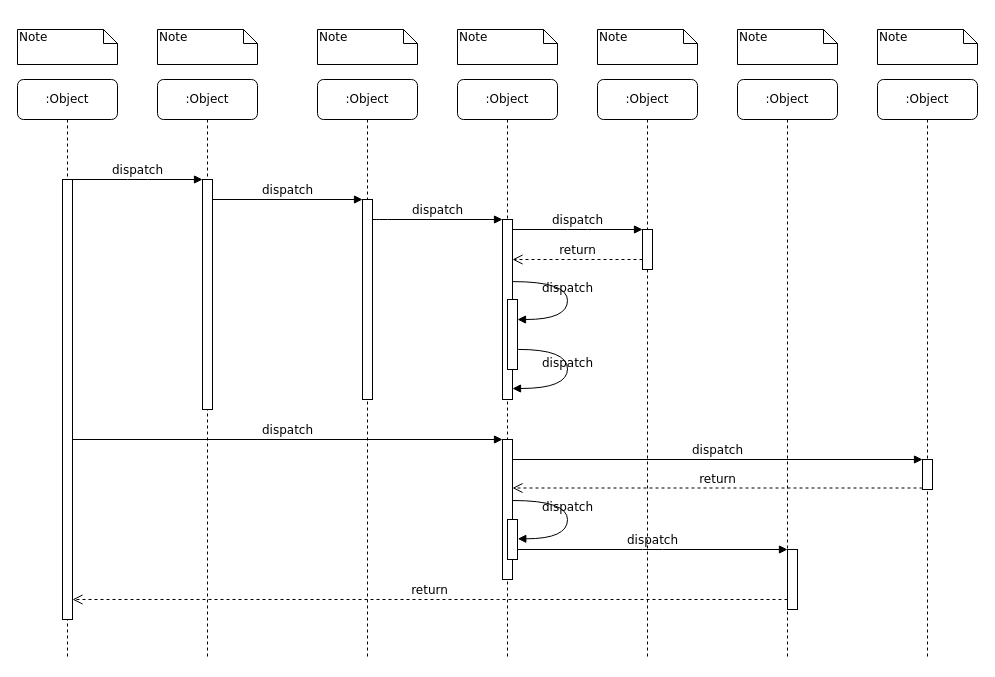
Earlier version of the draw.io diagram 软分课设/交互图.drawio (myjdml/drowio). Source tidied: cells renumbered, new cells numbered last; positions are measured from the earlier drawing's top-left corner, leaving out a move shared by most shapes. Both pictures are drawn from the tidied source at 100%, with x=0, y=0 at pixel (17, 29).
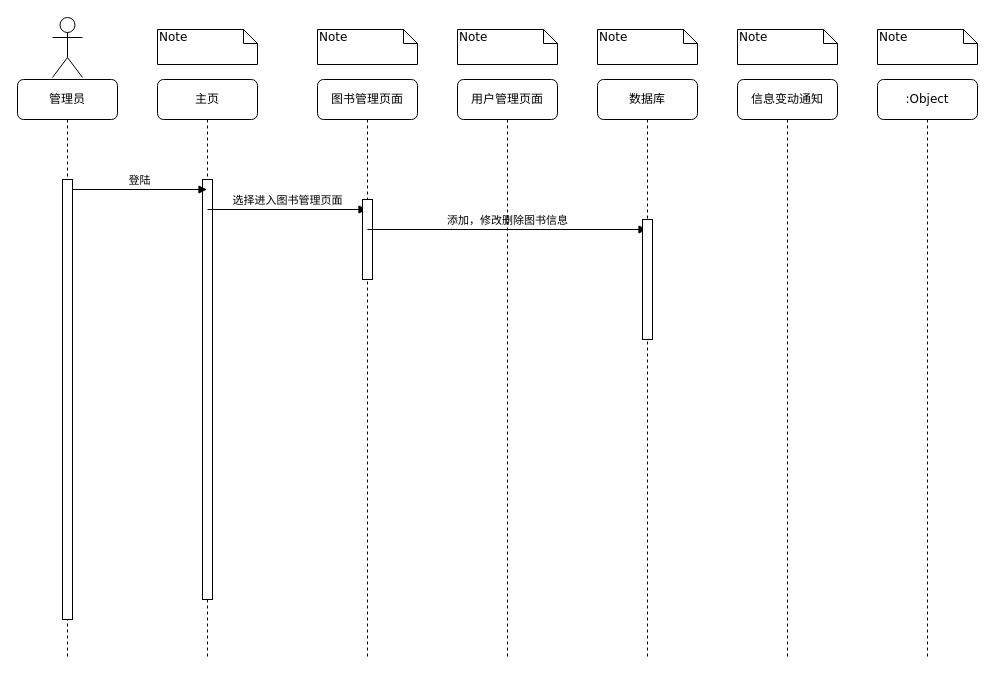
After the change.

The change refers to these unchanged cells:
```xml
<mxCell id="11" style="html=1;points=[];perimeter=orthogonalPerimeter;rounded=0;shadow=0;comic=0;labelBackgroundColor=none;strokeWidth=1;fontFamily=Verdana;fontSize=12;align=center;" parent="10" vertex="1">
  <mxGeometry x="45" y="100" width="10" height="440" as="geometry" />
</mxCell>
```

Diff of the diagram source:
```diff
@@
-    <mxCell id="2" value=":Object" style="shape=umlLifeline;perimeter=lifelinePerimeter;whiteSpace=wrap;html=1;outlineConnect=0;rounded=1;shadow=0;comic=0;labelBackgroundColor=none;strokeWidth=1;fontFamily=Verdana;fontSize=12;align=center;" parent="1" vertex="1">
+    <mxCell id="2" value="主页" style="shape=umlLifeline;perimeter=lifelinePerimeter;whiteSpace=wrap;html=1;outlineConnect=0;rounded=1;shadow=0;comic=0;labelBackgroundColor=none;strokeWidth=1;fontFamily=Verdana;fontSize=12;align=center;" parent="1" vertex="1">
       <mxGeometry x="140" y="50" width="100" height="580" as="geometry" />
     </mxCell>
-    <mxCell id="3" style="html=1;points=[];perimeter=orthogonalPerimeter;rounded=0;shadow=0;comic=0;labelBackgroundColor=none;strokeWidth=1;fontFamily=Verdana;fontSize=12;align=center;" parent="2" vertex="1">
-      <mxGeometry x="45" y="100" width="10" height="230" as="geometry" />
-    </mxCell>
+    <mxCell id="39" style="html=1;perimeter=orthogonalPerimeter;" parent="2" vertex="1">
+      <mxGeometry x="45" y="100" width="10" height="420" as="geometry" />
+    </mxCell>
+    <mxCell id="40" value="选择进入图书管理页面" style="html=1;verticalAlign=bottom;endArrow=block;rounded=0;" parent="2" edge="1" target="4">
+      <mxGeometry relative="1" as="geometry">
+        <mxPoint x="50" y="130" as="sourcePoint" />
+      </mxGeometry>
+    </mxCell>
-    <mxCell id="4" value=":Object" style="shape=umlLifeline;perimeter=lifelinePerimeter;whiteSpace=wrap;html=1;outlineConnect=0;rounded=1;shadow=0;comic=0;labelBackgroundColor=none;strokeWidth=1;fontFamily=Verdana;fontSize=12;align=center;" parent="1" vertex="1">
+    <mxCell id="4" value="图书管理页面" style="shape=umlLifeline;perimeter=lifelinePerimeter;whiteSpace=wrap;html=1;outlineConnect=0;rounded=1;shadow=0;comic=0;labelBackgroundColor=none;strokeWidth=1;fontFamily=Verdana;fontSize=12;align=center;" parent="1" vertex="1">
       <mxGeometry x="300" y="50" width="100" height="580" as="geometry" />
     </mxCell>
-    <mxCell id="5" style="html=1;points=[];perimeter=orthogonalPerimeter;rounded=0;shadow=0;comic=0;labelBackgroundColor=none;strokeWidth=1;fontFamily=Verdana;fontSize=12;align=center;" parent="4" vertex="1">
-      <mxGeometry x="45" y="120" width="10" height="200" as="geometry" />
-    </mxCell>
+    <mxCell id="41" style="html=1;perimeter=orthogonalPerimeter;" parent="4" vertex="1">
+      <mxGeometry x="45" y="120" width="10" height="80" as="geometry" />
+    </mxCell>
+    <mxCell id="42" value="添加，修改删除图书信息" style="html=1;verticalAlign=bottom;endArrow=block;rounded=0;" parent="4" edge="1" target="7">
+      <mxGeometry relative="1" as="geometry">
+        <mxPoint x="50" y="150" as="sourcePoint" />
+      </mxGeometry>
+    </mxCell>
-    <mxCell id="6" value=":Object" style="shape=umlLifeline;perimeter=lifelinePerimeter;whiteSpace=wrap;html=1;rounded=1;shadow=0;comic=0;labelBackgroundColor=none;strokeWidth=1;fontFamily=Verdana;fontSize=12;align=center;" parent="1" vertex="1">
+    <mxCell id="6" value="用户管理页面" style="shape=umlLifeline;perimeter=lifelinePerimeter;whiteSpace=wrap;html=1;rounded=1;shadow=0;comic=0;labelBackgroundColor=none;strokeWidth=1;fontFamily=Verdana;fontSize=12;align=center;" parent="1" vertex="1">
       <mxGeometry x="440" y="50" width="100" height="580" as="geometry" />
     </mxCell>
-    <mxCell id="7" value=":Object" style="shape=umlLifeline;perimeter=lifelinePerimeter;whiteSpace=wrap;html=1;outlineConnect=0;rounded=1;shadow=0;comic=0;labelBackgroundColor=none;strokeWidth=1;fontFamily=Verdana;fontSize=12;align=center;" parent="1" vertex="1">
+    <mxCell id="7" value="数据库" style="shape=umlLifeline;perimeter=lifelinePerimeter;whiteSpace=wrap;html=1;outlineConnect=0;rounded=1;shadow=0;comic=0;labelBackgroundColor=none;strokeWidth=1;fontFamily=Verdana;fontSize=12;align=center;" parent="1" vertex="1">
       <mxGeometry x="580" y="50" width="100" height="580" as="geometry" />
     </mxCell>
+    <mxCell id="43" style="html=1;perimeter=orthogonalPerimeter;" parent="7" vertex="1">
+      <mxGeometry x="45" y="140" width="10" height="120" as="geometry" />
+    </mxCell>
-    <mxCell id="8" value=":Object" style="shape=umlLifeline;perimeter=lifelinePerimeter;whiteSpace=wrap;html=1;rounded=1;shadow=0;comic=0;labelBackgroundColor=none;strokeWidth=1;fontFamily=Verdana;fontSize=12;align=center;" parent="1" vertex="1">
+    <mxCell id="8" value="信息变动通知" style="shape=umlLifeline;perimeter=lifelinePerimeter;whiteSpace=wrap;html=1;rounded=1;shadow=0;comic=0;labelBackgroundColor=none;strokeWidth=1;fontFamily=Verdana;fontSize=12;align=center;" parent="1" vertex="1">
       <mxGeometry x="720" y="50" width="100" height="580" as="geometry" />
     </mxCell>
@@
-    <mxCell id="10" value=":Object" style="shape=umlLifeline;perimeter=lifelinePerimeter;whiteSpace=wrap;html=1;rounded=1;shadow=0;comic=0;labelBackgroundColor=none;strokeWidth=1;fontFamily=Verdana;fontSize=12;align=center;" parent="1" vertex="1">
+    <mxCell id="10" value="管理员" style="shape=umlLifeline;perimeter=lifelinePerimeter;whiteSpace=wrap;html=1;rounded=1;shadow=0;comic=0;labelBackgroundColor=none;strokeWidth=1;fontFamily=Verdana;fontSize=12;align=center;" parent="1" vertex="1">
       <mxGeometry y="50" width="100" height="580" as="geometry" />
     </mxCell>
@@
-    <mxCell id="12" style="html=1;points=[];perimeter=orthogonalPerimeter;rounded=0;shadow=0;comic=0;labelBackgroundColor=none;strokeWidth=1;fontFamily=Verdana;fontSize=12;align=center;" parent="1" vertex="1">
-      <mxGeometry x="485" y="190" width="10" height="180" as="geometry" />
-    </mxCell>
-    <mxCell id="13" value="dispatch" style="html=1;verticalAlign=bottom;endArrow=block;labelBackgroundColor=none;fontFamily=Verdana;fontSize=12;edgeStyle=elbowEdgeStyle;elbow=vertical;" parent="1" edge="1" source="5" target="12">
-      <mxGeometry relative="1" as="geometry">
-        <Array as="points">
-          <mxPoint x="360" y="190" />
-        </Array>
-      </mxGeometry>
-    </mxCell>
-    <mxCell id="14" style="html=1;points=[];perimeter=orthogonalPerimeter;rounded=0;shadow=0;comic=0;labelBackgroundColor=none;strokeWidth=1;fontFamily=Verdana;fontSize=12;align=center;" parent="1" vertex="1">
-      <mxGeometry x="625" y="200" width="10" height="40" as="geometry" />
-    </mxCell>
-    <mxCell id="15" value="dispatch" style="html=1;verticalAlign=bottom;endArrow=block;entryX=0;entryY=0;labelBackgroundColor=none;fontFamily=Verdana;fontSize=12;edgeStyle=elbowEdgeStyle;elbow=vertical;" parent="1" edge="1" source="12" target="14">
-      <mxGeometry relative="1" as="geometry" />
-    </mxCell>
-    <mxCell id="16" value="return" style="html=1;verticalAlign=bottom;endArrow=open;dashed=1;endSize=8;labelBackgroundColor=none;fontFamily=Verdana;fontSize=12;edgeStyle=elbowEdgeStyle;elbow=vertical;" parent="1" edge="1" source="14" target="12">
-      <mxGeometry relative="1" as="geometry">
-        <Array as="points">
-          <mxPoint x="570" y="230" />
-          <mxPoint x="600" y="230" />
-        </Array>
-      </mxGeometry>
-    </mxCell>
-    <mxCell id="17" style="html=1;points=[];perimeter=orthogonalPerimeter;rounded=0;shadow=0;comic=0;labelBackgroundColor=none;strokeWidth=1;fontFamily=Verdana;fontSize=12;align=center;" parent="1" vertex="1">
-      <mxGeometry x="485" y="410" width="10" height="140" as="geometry" />
-    </mxCell>
-    <mxCell id="18" value="dispatch" style="html=1;verticalAlign=bottom;endArrow=block;entryX=0;entryY=0;labelBackgroundColor=none;fontFamily=Verdana;fontSize=12;" parent="1" edge="1" source="11" target="17">
-      <mxGeometry relative="1" as="geometry" />
-    </mxCell>
-    <mxCell id="19" style="html=1;points=[];perimeter=orthogonalPerimeter;rounded=0;shadow=0;comic=0;labelBackgroundColor=none;strokeColor=#000000;strokeWidth=1;fillColor=#FFFFFF;fontFamily=Verdana;fontSize=12;fontColor=#000000;align=center;" parent="1" vertex="1">
-      <mxGeometry x="905" y="430" width="10" height="30" as="geometry" />
-    </mxCell>
-    <mxCell id="20" value="dispatch" style="html=1;verticalAlign=bottom;endArrow=block;entryX=0;entryY=0;labelBackgroundColor=none;fontFamily=Verdana;fontSize=12;" parent="1" edge="1" source="17" target="19">
-      <mxGeometry relative="1" as="geometry" />
-    </mxCell>
-    <mxCell id="21" value="return" style="html=1;verticalAlign=bottom;endArrow=open;dashed=1;endSize=8;exitX=0;exitY=0.95;labelBackgroundColor=none;fontFamily=Verdana;fontSize=12;" parent="1" edge="1" source="19" target="17">
-      <mxGeometry relative="1" as="geometry" />
-    </mxCell>
-    <mxCell id="22" style="html=1;points=[];perimeter=orthogonalPerimeter;rounded=0;shadow=0;comic=0;labelBackgroundColor=none;strokeWidth=1;fontFamily=Verdana;fontSize=12;align=center;" parent="1" vertex="1">
-      <mxGeometry x="770" y="520" width="10" height="60" as="geometry" />
-    </mxCell>
-    <mxCell id="23" value="dispatch" style="html=1;verticalAlign=bottom;endArrow=block;entryX=0;entryY=0;labelBackgroundColor=none;fontFamily=Verdana;fontSize=12;edgeStyle=elbowEdgeStyle;elbow=vertical;" parent="1" edge="1" source="30" target="22">
-      <mxGeometry relative="1" as="geometry" />
-    </mxCell>
-    <mxCell id="24" value="return" style="html=1;verticalAlign=bottom;endArrow=open;dashed=1;endSize=8;labelBackgroundColor=none;fontFamily=Verdana;fontSize=12;edgeStyle=elbowEdgeStyle;elbow=vertical;" parent="1" edge="1" source="22" target="11">
-      <mxGeometry relative="1" as="geometry">
-        <Array as="points">
-          <mxPoint x="470" y="570" />
-        </Array>
-      </mxGeometry>
-    </mxCell>
-    <mxCell id="25" value="dispatch" style="html=1;verticalAlign=bottom;endArrow=block;entryX=0;entryY=0;labelBackgroundColor=none;fontFamily=Verdana;fontSize=12;edgeStyle=elbowEdgeStyle;elbow=vertical;" parent="1" edge="1" source="11" target="3">
-      <mxGeometry relative="1" as="geometry" />
-    </mxCell>
-    <mxCell id="26" value="dispatch" style="html=1;verticalAlign=bottom;endArrow=block;entryX=0;entryY=0;labelBackgroundColor=none;fontFamily=Verdana;fontSize=12;edgeStyle=elbowEdgeStyle;elbow=vertical;" parent="1" edge="1" source="3" target="5">
-      <mxGeometry relative="1" as="geometry" />
-    </mxCell>
-    <mxCell id="27" style="html=1;points=[];perimeter=orthogonalPerimeter;rounded=0;shadow=0;comic=0;labelBackgroundColor=none;strokeWidth=1;fontFamily=Verdana;fontSize=12;align=center;" parent="1" vertex="1">
-      <mxGeometry x="490" y="270" width="10" height="70" as="geometry" />
-    </mxCell>
-    <mxCell id="28" value="dispatch" style="html=1;verticalAlign=bottom;endArrow=block;labelBackgroundColor=none;fontFamily=Verdana;fontSize=12;elbow=vertical;edgeStyle=orthogonalEdgeStyle;curved=1;entryX=1;entryY=0.286;entryPerimeter=0;exitX=1.038;exitY=0.345;exitPerimeter=0;" parent="1" edge="1" source="12" target="27">
-      <mxGeometry relative="1" as="geometry">
-        <Array as="points">
-          <mxPoint x="550" y="252" />
-          <mxPoint x="550" y="290" />
-        </Array>
-      </mxGeometry>
-    </mxCell>
-    <mxCell id="29" value="dispatch" style="html=1;verticalAlign=bottom;endArrow=block;labelBackgroundColor=none;fontFamily=Verdana;fontSize=12;elbow=vertical;edgeStyle=orthogonalEdgeStyle;curved=1;exitX=1.066;exitY=0.713;exitPerimeter=0;" parent="1" edge="1" source="27">
-      <mxGeometry relative="1" as="geometry">
-        <mxPoint x="495" y="359" as="targetPoint" />
-        <Array as="points">
-          <mxPoint x="550" y="320" />
-          <mxPoint x="550" y="359" />
-        </Array>
-      </mxGeometry>
-    </mxCell>
-    <mxCell id="30" style="html=1;points=[];perimeter=orthogonalPerimeter;rounded=0;shadow=0;comic=0;labelBackgroundColor=none;strokeWidth=1;fontFamily=Verdana;fontSize=12;align=center;" parent="1" vertex="1">
-      <mxGeometry x="490" y="490" width="10" height="40" as="geometry" />
-    </mxCell>
-    <mxCell id="31" value="dispatch" style="html=1;verticalAlign=bottom;endArrow=block;labelBackgroundColor=none;fontFamily=Verdana;fontSize=12;elbow=vertical;edgeStyle=orthogonalEdgeStyle;curved=1;entryX=1;entryY=0.286;entryPerimeter=0;exitX=1.038;exitY=0.345;exitPerimeter=0;" parent="1" edge="1">
-      <mxGeometry relative="1" as="geometry">
-        <mxPoint x="495.3" y="471" as="sourcePoint" />
-        <mxPoint x="500.3" y="509.3" as="targetPoint" />
-        <Array as="points">
-          <mxPoint x="550" y="471" />
-          <mxPoint x="550" y="509" />
-        </Array>
-      </mxGeometry>
-    </mxCell>
-    <mxCell id="32" value="Note" style="shape=note;whiteSpace=wrap;html=1;size=14;verticalAlign=top;align=left;spacingTop=-6;rounded=0;shadow=0;comic=0;labelBackgroundColor=none;strokeWidth=1;fontFamily=Verdana;fontSize=12;" parent="1" vertex="1">
-      <mxGeometry width="100" height="35" as="geometry" />
-    </mxCell>
+    <mxCell id="44" value="登陆" style="html=1;verticalAlign=bottom;endArrow=block;rounded=0;" parent="10" edge="1" target="2">
+      <mxGeometry relative="1" as="geometry">
+        <mxPoint x="55" y="110" as="sourcePoint" />
+      </mxGeometry>
+    </mxCell>
@@
+    <mxCell id="45" style="shape=umlActor;verticalLabelPosition=bottom;verticalAlign=top;html=1;" parent="1" vertex="1">
+      <mxGeometry x="35" y="-12" width="30" height="60" as="geometry" />
+    </mxCell>
```
